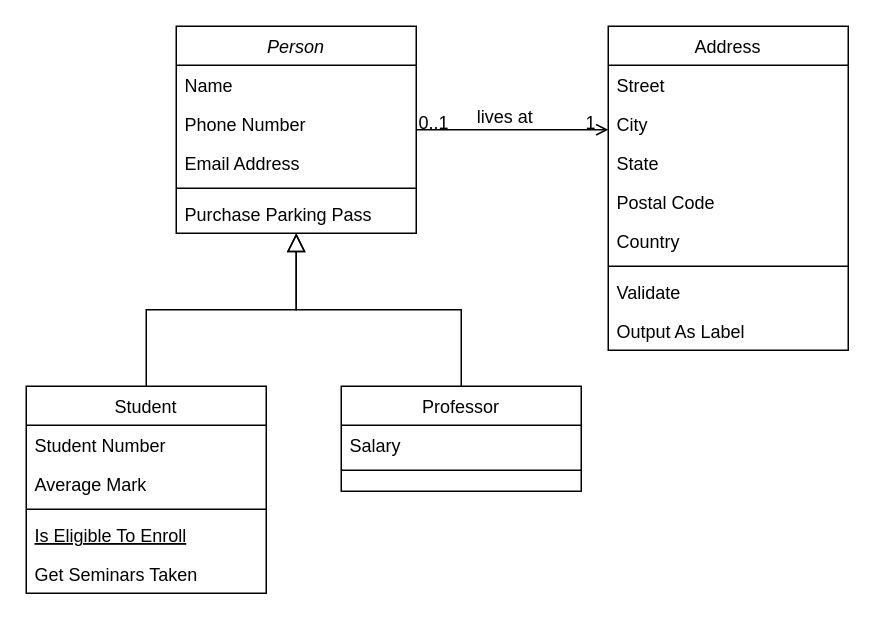
joshuap00/Prj5_UML keeps this draw.io diagram as Project5_UML.drawio. Above is the earlier version. Source tidied: cells renumbered, new cells numbered last; positions are measured from the earlier drawing's top-left corner, leaving out a move shared by most shapes. Both pictures are drawn from the tidied source at 150%, with x=0, y=0 at pixel (26, 26).
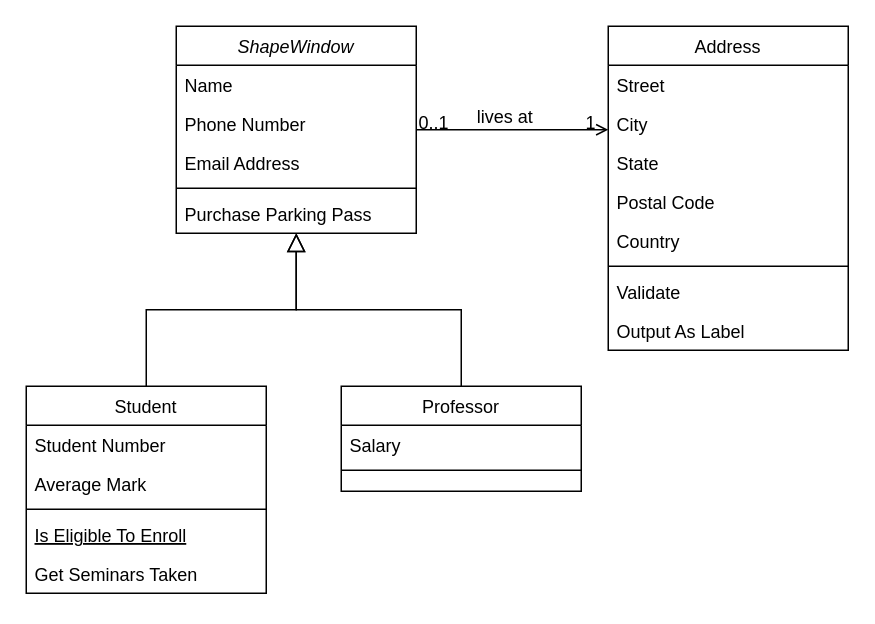
Above is the later version.

What changed in the source:
```diff
@@
-    <mxCell id="2" value="Person" style="swimlane;fontStyle=2;align=center;verticalAlign=top;horizontal=1;startSize=26;rounded=0;shadow=0;strokeWidth=1;" parent="1" vertex="1">
+    <mxCell id="2" value="ShapeWindow" style="swimlane;fontStyle=2;align=center;verticalAlign=top;horizontal=1;startSize=26;rounded=0;shadow=0;strokeWidth=1;" parent="1" vertex="1">
       <mxGeometry x="100" width="160" height="138" as="geometry" />
     </mxCell>
```
